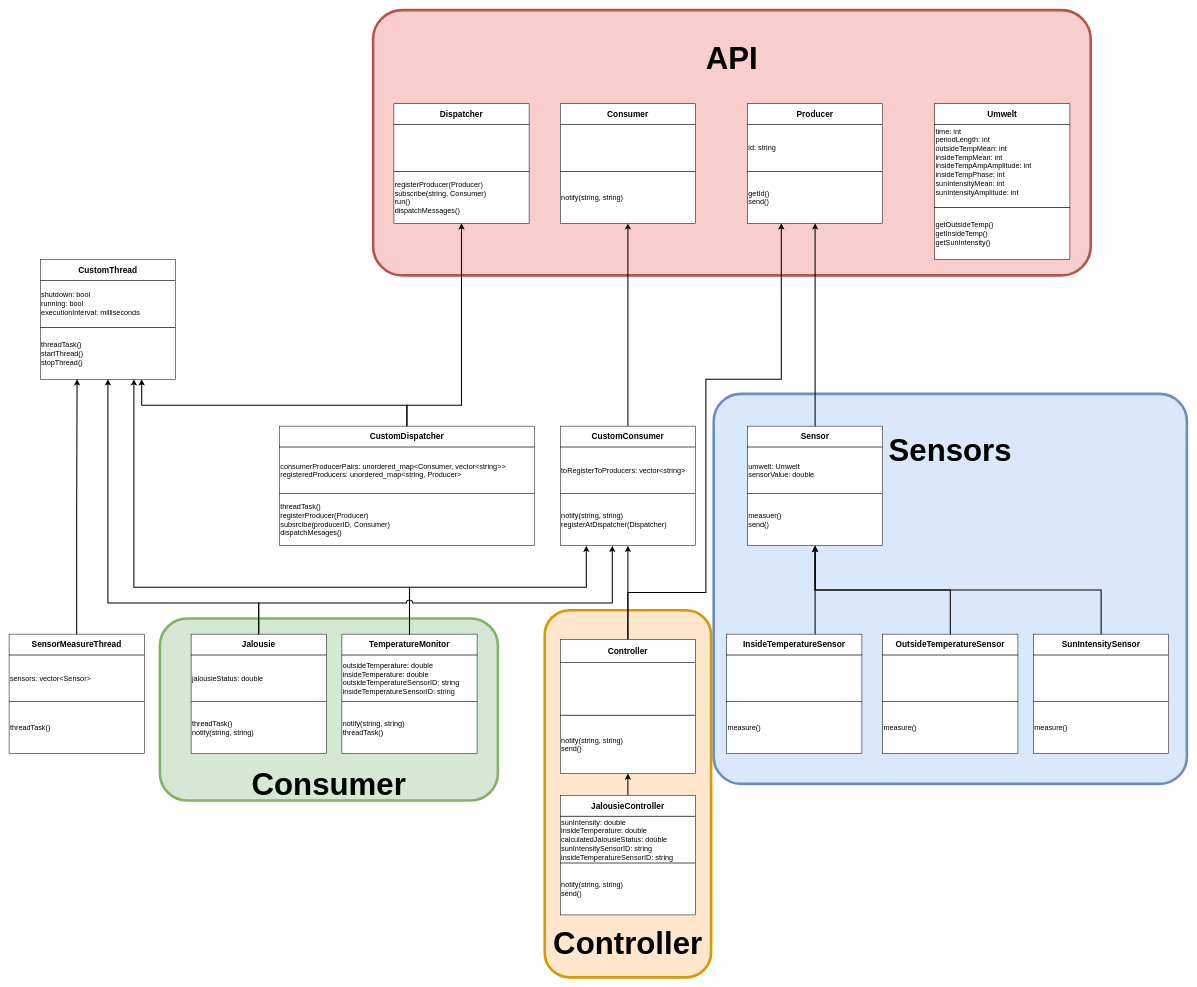
Earlier version of the draw.io diagram Documentation/Part2Task1ClassDiagramm.drawio (LukasReil/ProgrammentwurfQ2). Source tidied: cells renumbered, new cells numbered last; positions are measured from the earlier drawing's top-left corner, leaving out a move shared by most shapes. Both pictures are drawn from the tidied source at 52%, with x=0, y=0 at pixel (9, 10).
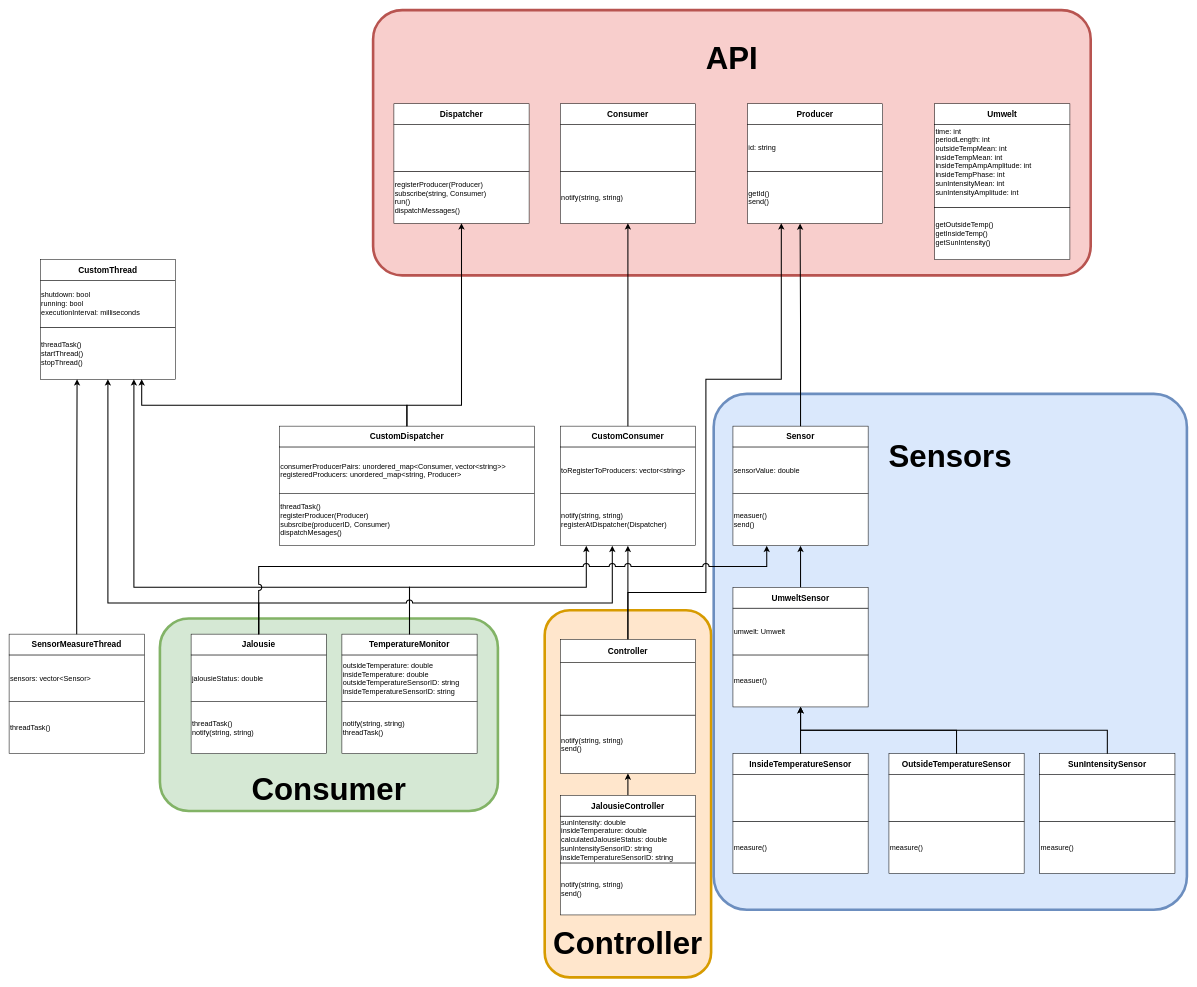
The same diagram, later.

Commit message:
Part2Task1ClassDiagramm.drawio redrawn to fit new class structure

Unchanged cells that the change refers to:
```xml
<mxCell id="11" value="&lt;font style=&quot;font-size: 14px;&quot;&gt;getId()&lt;/font&gt;&lt;div style=&quot;font-size: 14px;&quot;&gt;&lt;font style=&quot;font-size: 14px;&quot;&gt;send()&lt;/font&gt;&lt;/div&gt;" style="rounded=0;whiteSpace=wrap;html=1;align=left;" parent="10" vertex="1">
  <mxGeometry y="130" width="260" height="100" as="geometry" />
</mxCell>
<mxCell id="37" value="&lt;font style=&quot;font-size: 14px;&quot;&gt;measuer()&lt;/font&gt;&lt;div&gt;&lt;font style=&quot;font-size: 14px;&quot;&gt;send()&lt;/font&gt;&lt;/div&gt;" style="rounded=0;whiteSpace=wrap;html=1;align=left;" parent="36" vertex="1">
  <mxGeometry y="130" width="260" height="100" as="geometry" />
</mxCell>
<mxCell id="39" value="&lt;font size=&quot;1&quot;&gt;&lt;b style=&quot;font-size: 16px;&quot;&gt;Sensor&lt;/b&gt;&lt;/font&gt;" style="rounded=0;whiteSpace=wrap;html=1;" parent="36" vertex="1">
  <mxGeometry width="260" height="40" as="geometry" />
</mxCell>
<mxCell id="44" value="&lt;font size=&quot;1&quot;&gt;&lt;b style=&quot;font-size: 16px;&quot;&gt;InsideTemperatureSensor&lt;/b&gt;&lt;/font&gt;" style="rounded=0;whiteSpace=wrap;html=1;" parent="41" vertex="1">
  <mxGeometry width="260" height="40" as="geometry" />
</mxCell>
<mxCell id="48" value="&lt;font size=&quot;1&quot;&gt;&lt;b style=&quot;font-size: 16px;&quot;&gt;SunIntensitySensor&lt;/b&gt;&lt;/font&gt;" style="rounded=0;whiteSpace=wrap;html=1;" parent="45" vertex="1">
  <mxGeometry width="260" height="40" as="geometry" />
</mxCell>
<mxCell id="52" value="&lt;font size=&quot;1&quot;&gt;&lt;b style=&quot;font-size: 16px;&quot;&gt;OutsideTemperatureSensor&lt;/b&gt;&lt;/font&gt;" style="rounded=0;whiteSpace=wrap;html=1;" parent="49" vertex="1">
  <mxGeometry width="260" height="40" as="geometry" />
</mxCell>
<mxCell id="67" value="&lt;font size=&quot;1&quot;&gt;&lt;b style=&quot;font-size: 16px;&quot;&gt;Jalousie&lt;/b&gt;&lt;/font&gt;" style="rounded=0;whiteSpace=wrap;html=1;" parent="64" vertex="1">
  <mxGeometry width="260" height="40" as="geometry" />
</mxCell>
```

The edit, as a diff of the source:
```diff
@@
-    <mxCell id="2" value="&lt;div&gt;&lt;font style=&quot;font-size: 60px;&quot;&gt;&lt;b&gt;&lt;br&gt;&lt;/b&gt;&lt;/font&gt;&lt;/div&gt;&lt;font style=&quot;font-size: 60px;&quot;&gt;&lt;b&gt;&lt;div&gt;&lt;font style=&quot;font-size: 60px;&quot;&gt;&lt;b&gt;&lt;br&gt;&lt;/b&gt;&lt;/font&gt;&lt;/div&gt;&lt;div&gt;&lt;font style=&quot;font-size: 60px;&quot;&gt;&lt;b&gt;&lt;br&gt;&lt;/b&gt;&lt;/font&gt;&lt;/div&gt;&lt;div&gt;&lt;font style=&quot;font-size: 60px;&quot;&gt;&lt;b&gt;&lt;br&gt;&lt;/b&gt;&lt;/font&gt;&lt;/div&gt;Consumer&lt;/b&gt;&lt;/font&gt;" style="rounded=1;whiteSpace=wrap;html=1;fillColor=#d5e8d4;strokeColor=#82b366;strokeWidth=5;" parent="1" vertex="1">
-      <mxGeometry x="290" y="1170" width="650" height="350" as="geometry" />
+    <mxCell id="2" value="&lt;div&gt;&lt;font style=&quot;font-size: 60px;&quot;&gt;&lt;b&gt;&lt;br&gt;&lt;/b&gt;&lt;/font&gt;&lt;/div&gt;&lt;font style=&quot;font-size: 60px;&quot;&gt;&lt;b&gt;&lt;div&gt;&lt;font style=&quot;font-size: 60px;&quot;&gt;&lt;b&gt;&lt;br&gt;&lt;/b&gt;&lt;/font&gt;&lt;/div&gt;&lt;div&gt;&lt;font style=&quot;font-size: 60px;&quot;&gt;&lt;b&gt;&lt;br&gt;&lt;/b&gt;&lt;/font&gt;&lt;/div&gt;&lt;div&gt;&lt;font style=&quot;font-size: 60px;&quot;&gt;&lt;b&gt;&lt;br&gt;&lt;/b&gt;&lt;/font&gt;&lt;/div&gt;&lt;div&gt;&lt;font style=&quot;font-size: 60px;&quot;&gt;&lt;b&gt;Consumer&lt;/b&gt;&lt;/font&gt;&lt;/div&gt;&lt;/b&gt;&lt;/font&gt;" style="rounded=1;whiteSpace=wrap;html=1;fillColor=#d5e8d4;strokeColor=#82b366;strokeWidth=5;" parent="1" vertex="1">
+      <mxGeometry x="290" y="1170" width="650" height="370" as="geometry" />
     </mxCell>
@@
-    <mxCell id="4" value="&lt;b&gt;&lt;font style=&quot;font-size: 60px;&quot;&gt;Sensors&lt;/font&gt;&lt;/b&gt;&lt;div&gt;&lt;b&gt;&lt;font style=&quot;font-size: 60px;&quot;&gt;&lt;br&gt;&lt;/font&gt;&lt;/b&gt;&lt;/div&gt;&lt;div&gt;&lt;b&gt;&lt;font style=&quot;font-size: 60px;&quot;&gt;&lt;br&gt;&lt;/font&gt;&lt;/b&gt;&lt;/div&gt;&lt;div&gt;&lt;b&gt;&lt;font style=&quot;font-size: 60px;&quot;&gt;&lt;br&gt;&lt;/font&gt;&lt;/b&gt;&lt;/div&gt;&lt;div&gt;&lt;b&gt;&lt;font style=&quot;font-size: 60px;&quot;&gt;&lt;br&gt;&lt;/font&gt;&lt;/b&gt;&lt;/div&gt;&lt;div&gt;&lt;b&gt;&lt;font style=&quot;font-size: 60px;&quot;&gt;&lt;br&gt;&lt;/font&gt;&lt;/b&gt;&lt;/div&gt;&lt;div&gt;&lt;b&gt;&lt;font style=&quot;font-size: 60px;&quot;&gt;&lt;br&gt;&lt;/font&gt;&lt;/b&gt;&lt;/div&gt;&lt;div&gt;&lt;br&gt;&lt;/div&gt;&lt;div&gt;&lt;br&gt;&lt;/div&gt;&lt;div&gt;&lt;br&gt;&lt;/div&gt;&lt;div&gt;&lt;br&gt;&lt;/div&gt;&lt;div&gt;&lt;br&gt;&lt;/div&gt;&lt;div&gt;&lt;br&gt;&lt;/div&gt;&lt;div&gt;&lt;br&gt;&lt;/div&gt;" style="rounded=1;whiteSpace=wrap;html=1;arcSize=7;fillColor=#dae8fc;strokeColor=#6c8ebf;strokeWidth=5;" parent="1" vertex="1">
-      <mxGeometry x="1355" y="738" width="910" height="750" as="geometry" />
+    <mxCell id="4" value="&lt;b&gt;&lt;font style=&quot;font-size: 60px;&quot;&gt;Sensors&lt;/font&gt;&lt;/b&gt;&lt;div&gt;&lt;b&gt;&lt;font style=&quot;font-size: 60px;&quot;&gt;&lt;br&gt;&lt;/font&gt;&lt;/b&gt;&lt;/div&gt;&lt;div&gt;&lt;b&gt;&lt;font style=&quot;font-size: 60px;&quot;&gt;&lt;br&gt;&lt;/font&gt;&lt;/b&gt;&lt;/div&gt;&lt;div&gt;&lt;b&gt;&lt;font style=&quot;font-size: 60px;&quot;&gt;&lt;br&gt;&lt;/font&gt;&lt;/b&gt;&lt;/div&gt;&lt;div&gt;&lt;b&gt;&lt;font style=&quot;font-size: 60px;&quot;&gt;&lt;br&gt;&lt;/font&gt;&lt;/b&gt;&lt;/div&gt;&lt;div&gt;&lt;b&gt;&lt;font style=&quot;font-size: 60px;&quot;&gt;&lt;br&gt;&lt;/font&gt;&lt;/b&gt;&lt;/div&gt;&lt;div&gt;&lt;b&gt;&lt;font style=&quot;font-size: 60px;&quot;&gt;&lt;br&gt;&lt;/font&gt;&lt;/b&gt;&lt;/div&gt;&lt;div&gt;&lt;br&gt;&lt;/div&gt;&lt;div&gt;&lt;br&gt;&lt;/div&gt;&lt;div&gt;&lt;br&gt;&lt;/div&gt;&lt;div&gt;&lt;br&gt;&lt;/div&gt;&lt;div&gt;&lt;br&gt;&lt;/div&gt;&lt;div&gt;&lt;br&gt;&lt;/div&gt;&lt;div&gt;&lt;br&gt;&lt;/div&gt;&lt;div&gt;&lt;br&gt;&lt;/div&gt;&lt;div&gt;&lt;br&gt;&lt;/div&gt;&lt;div&gt;&lt;br&gt;&lt;/div&gt;&lt;div&gt;&lt;br&gt;&lt;/div&gt;&lt;div&gt;&lt;br&gt;&lt;/div&gt;&lt;div&gt;&lt;br&gt;&lt;/div&gt;&lt;div&gt;&lt;br&gt;&lt;/div&gt;&lt;div&gt;&lt;br&gt;&lt;/div&gt;&lt;div&gt;&lt;br&gt;&lt;/div&gt;&lt;div&gt;&lt;br&gt;&lt;/div&gt;&lt;div&gt;&lt;br&gt;&lt;/div&gt;&lt;div&gt;&lt;br&gt;&lt;/div&gt;&lt;div&gt;&lt;br&gt;&lt;/div&gt;&lt;div&gt;&lt;br&gt;&lt;/div&gt;&lt;div&gt;&lt;br&gt;&lt;/div&gt;" style="rounded=1;whiteSpace=wrap;html=1;arcSize=7;fillColor=#dae8fc;strokeColor=#6c8ebf;strokeWidth=5;" parent="1" vertex="1">
+      <mxGeometry x="1355" y="738" width="910" height="992" as="geometry" />
     </mxCell>
@@
     <mxCell id="36" style="group;" parent="1" vertex="1">
-      <mxGeometry x="1420" y="800" width="260" height="230" as="geometry" />
+      <mxGeometry x="1392" y="800" width="260" height="230" as="geometry" />
     </mxCell>
@@
-    <mxCell id="38" value="&lt;font style=&quot;font-size: 14px;&quot;&gt;umwelt: Umwelt&lt;/font&gt;&lt;div&gt;&lt;font style=&quot;font-size: 14px;&quot;&gt;sensorValue: double&lt;/font&gt;&lt;/div&gt;" style="rounded=0;whiteSpace=wrap;html=1;align=left;" parent="36" vertex="1">
+    <mxCell id="38" value="&lt;div&gt;&lt;font style=&quot;font-size: 14px;&quot;&gt;sensorValue: double&lt;/font&gt;&lt;/div&gt;" style="rounded=0;whiteSpace=wrap;html=1;align=left;" parent="36" vertex="1">
       <mxGeometry y="40" width="260" height="90" as="geometry" />
     </mxCell>
@@
-    <mxCell id="40" style="edgeStyle=orthogonalEdgeStyle;rounded=0;jettySize=auto;html=1;entryX=0.5;entryY=1;entryDx=0;entryDy=0;strokeWidth=2;" parent="1" edge="1" source="39" target="11">
+    <mxCell id="40" style="edgeStyle=orthogonalEdgeStyle;rounded=0;jettySize=auto;html=1;entryX=0.389;entryY=1.005;entryDx=0;entryDy=0;strokeWidth=2;entryPerimeter=0;" parent="1" edge="1" source="39" target="11">
       <mxGeometry relative="1" as="geometry" />
     </mxCell>
     <mxCell id="41" style="group;" parent="1" vertex="1">
-      <mxGeometry x="1380" y="1200" width="260" height="230" as="geometry" />
+      <mxGeometry x="1392" y="1430" width="260" height="230" as="geometry" />
     </mxCell>
@@
     <mxCell id="45" style="group;" parent="1" vertex="1">
-      <mxGeometry x="1970" y="1200" width="260" height="230" as="geometry" />
+      <mxGeometry x="1982" y="1430" width="260" height="230" as="geometry" />
     </mxCell>
@@
     <mxCell id="49" style="group;" parent="1" vertex="1">
-      <mxGeometry x="1680" y="1200" width="260" height="230" as="geometry" />
+      <mxGeometry x="1692" y="1430" width="260" height="230" as="geometry" />
     </mxCell>
@@
-    <mxCell id="53" style="edgeStyle=orthogonalEdgeStyle;rounded=0;jettySize=auto;html=1;entryX=0.5;entryY=1;entryDx=0;entryDy=0;strokeWidth=2;" parent="1" edge="1" source="44" target="37">
-      <mxGeometry relative="1" as="geometry">
-        <Array as="points">
-          <mxPoint x="1550" y="1150" />
-          <mxPoint x="1550" y="1150" />
-        </Array>
-      </mxGeometry>
-    </mxCell>
@@
-    <mxCell id="70" style="edgeStyle=orthogonalEdgeStyle;rounded=0;jettySize=auto;html=1;exitX=0.5;exitY=0;exitDx=0;exitDy=0;entryX=0.5;entryY=1;entryDx=0;entryDy=0;strokeWidth=2;" parent="1" edge="1" source="52" target="37">
-      <mxGeometry relative="1" as="geometry" />
-    </mxCell>
-    <mxCell id="71" style="edgeStyle=orthogonalEdgeStyle;rounded=0;jettySize=auto;html=1;exitX=0.5;exitY=0;exitDx=0;exitDy=0;entryX=0.5;entryY=1;entryDx=0;entryDy=0;strokeWidth=2;" parent="1" edge="1" source="48" target="37">
-      <mxGeometry relative="1" as="geometry" />
-    </mxCell>
@@
+    <mxCell id="86" style="group;" parent="1" vertex="1">
+      <mxGeometry x="1392" y="1110" width="260" height="230" as="geometry" />
+    </mxCell>
+    <mxCell id="87" value="&lt;font style=&quot;font-size: 14px;&quot;&gt;measuer()&lt;/font&gt;" style="rounded=0;whiteSpace=wrap;html=1;align=left;" parent="86" vertex="1">
+      <mxGeometry y="130" width="260" height="100" as="geometry" />
+    </mxCell>
+    <mxCell id="88" value="&lt;font style=&quot;font-size: 14px;&quot;&gt;umwelt: Umwelt&lt;/font&gt;" style="rounded=0;whiteSpace=wrap;html=1;align=left;" parent="86" vertex="1">
+      <mxGeometry y="40" width="260" height="90" as="geometry" />
+    </mxCell>
+    <mxCell id="89" value="&lt;font size=&quot;1&quot;&gt;&lt;b style=&quot;font-size: 16px;&quot;&gt;UmweltSensor&lt;/b&gt;&lt;/font&gt;" style="rounded=0;whiteSpace=wrap;html=1;" parent="86" vertex="1">
+      <mxGeometry width="260" height="40" as="geometry" />
+    </mxCell>
+    <mxCell id="90" style="edgeStyle=orthogonalEdgeStyle;rounded=0;jettySize=auto;html=1;exitX=0.5;exitY=0;exitDx=0;exitDy=0;entryX=0.5;entryY=1;entryDx=0;entryDy=0;strokeWidth=2;" parent="1" edge="1" source="44" target="87">
+      <mxGeometry relative="1" as="geometry" />
+    </mxCell>
+    <mxCell id="91" style="edgeStyle=orthogonalEdgeStyle;rounded=0;jettySize=auto;html=1;exitX=0.5;exitY=0;exitDx=0;exitDy=0;entryX=0.5;entryY=1;entryDx=0;entryDy=0;strokeWidth=2;" parent="1" edge="1" source="52" target="87">
+      <mxGeometry relative="1" as="geometry" />
+    </mxCell>
+    <mxCell id="92" style="edgeStyle=orthogonalEdgeStyle;rounded=0;jettySize=auto;html=1;exitX=0.5;exitY=0;exitDx=0;exitDy=0;entryX=0.5;entryY=1;entryDx=0;entryDy=0;strokeWidth=2;" parent="1" edge="1" source="48" target="87">
+      <mxGeometry relative="1" as="geometry" />
+    </mxCell>
+    <mxCell id="93" style="edgeStyle=orthogonalEdgeStyle;rounded=0;jettySize=auto;html=1;exitX=0.5;exitY=0;exitDx=0;exitDy=0;entryX=0.5;entryY=1;entryDx=0;entryDy=0;strokeWidth=2;" parent="1" edge="1" source="89" target="37">
+      <mxGeometry relative="1" as="geometry" />
+    </mxCell>
+    <mxCell id="94" style="edgeStyle=orthogonalEdgeStyle;rounded=0;jettySize=auto;html=1;exitX=0.5;exitY=0;exitDx=0;exitDy=0;entryX=0.25;entryY=1;entryDx=0;entryDy=0;jumpStyle=arc;jumpSize=10;strokeWidth=2;" parent="1" edge="1" source="67" target="37">
+      <mxGeometry relative="1" as="geometry">
+        <Array as="points">
+          <mxPoint x="480" y="1070" />
+          <mxPoint x="1457" y="1070" />
+        </Array>
+      </mxGeometry>
+    </mxCell>
```
